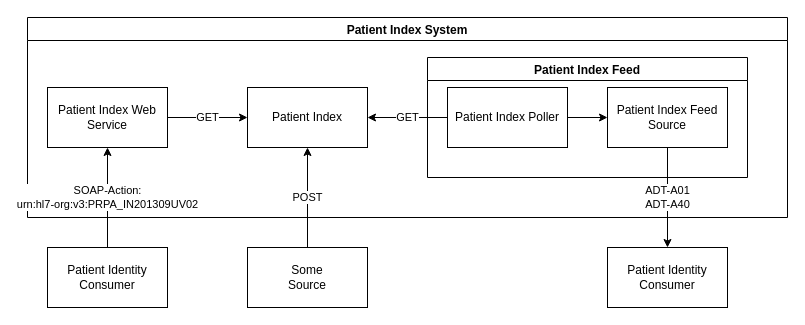
Before: architecture.drawio in tobchen/patient-index, a draw.io diagram. Source tidied: cells renumbered, new cells numbered last; positions are measured from the earlier drawing's top-left corner, leaving out a move shared by most shapes. Both pictures are drawn from the tidied source at 100%, with x=0, y=0 at pixel (27, 17).
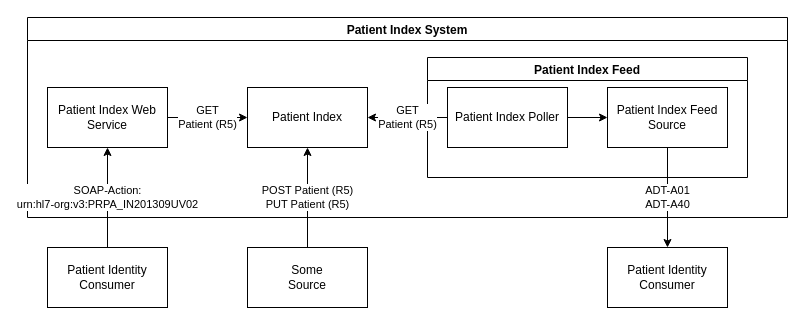
The same diagram, later.

Change to the diagram source:
```diff
@@
 <mxGraphModel>
   <root>
     <mxCell id="0" />
     <mxCell id="1" parent="0" />
     <mxCell id="2" value="Patient Index System" style="swimlane;" parent="1" vertex="1">
       <mxGeometry width="760" height="200" as="geometry" />
     </mxCell>
     <mxCell id="3" value="Patient Index" style="rounded=0;whiteSpace=wrap;html=1;" parent="2" vertex="1">
       <mxGeometry x="220" y="70" width="120" height="60" as="geometry" />
     </mxCell>
-    <mxCell id="4" value="GET" style="edgeStyle=orthogonalEdgeStyle;rounded=0;jettySize=auto;html=1;" parent="2" edge="1" source="5" target="3">
+    <mxCell id="4" value="GET&lt;br&gt;Patient (R5)" style="edgeStyle=orthogonalEdgeStyle;rounded=0;jettySize=auto;html=1;" parent="2" edge="1" source="5" target="3">
       <mxGeometry relative="1" as="geometry" />
     </mxCell>
     <mxCell id="5" value="Patient Index Web Service" style="rounded=0;whiteSpace=wrap;html=1;" parent="2" vertex="1">
       <mxGeometry x="20" y="70" width="120" height="60" as="geometry" />
     </mxCell>
     <mxCell id="6" value="Patient Index Feed" style="swimlane;" parent="2" vertex="1">
       <mxGeometry x="400" y="40" width="320" height="120" as="geometry" />
     </mxCell>
     <mxCell id="7" style="edgeStyle=orthogonalEdgeStyle;rounded=0;jettySize=auto;html=1;" parent="6" edge="1" source="8" target="9">
       <mxGeometry relative="1" as="geometry" />
     </mxCell>
     <mxCell id="8" value="Patient Index Poller" style="rounded=0;whiteSpace=wrap;html=1;" parent="6" vertex="1">
       <mxGeometry x="20" y="30" width="120" height="60" as="geometry" />
     </mxCell>
     <mxCell id="9" value="Patient Index Feed Source" style="rounded=0;whiteSpace=wrap;html=1;" parent="6" vertex="1">
       <mxGeometry x="180" y="30" width="120" height="60" as="geometry" />
     </mxCell>
-    <mxCell id="10" value="GET" style="edgeStyle=orthogonalEdgeStyle;rounded=0;jettySize=auto;html=1;" parent="2" edge="1" source="8" target="3">
+    <mxCell id="10" value="GET&lt;br&gt;Patient (R5)" style="edgeStyle=orthogonalEdgeStyle;rounded=0;jettySize=auto;html=1;" parent="2" edge="1" source="8" target="3">
       <mxGeometry relative="1" as="geometry" />
     </mxCell>
-    <mxCell id="11" value="POST" style="edgeStyle=orthogonalEdgeStyle;rounded=0;jettySize=auto;html=1;" parent="1" edge="1" source="12" target="3">
+    <mxCell id="11" value="POST Patient (R5)&lt;br&gt;PUT Patient (R5)" style="edgeStyle=orthogonalEdgeStyle;rounded=0;jettySize=auto;html=1;" parent="1" edge="1" source="12" target="3">
       <mxGeometry relative="1" as="geometry" />
     </mxCell>
     <mxCell id="12" value="Some&lt;br&gt;Source" style="rounded=0;whiteSpace=wrap;html=1;" parent="1" vertex="1">
       <mxGeometry x="220" y="230" width="120" height="60" as="geometry" />
     </mxCell>
     <mxCell id="13" value="SOAP-Action:&lt;br&gt;urn:hl7-org:v3:PRPA_IN201309UV02" style="edgeStyle=orthogonalEdgeStyle;rounded=0;jettySize=auto;html=1;" parent="1" edge="1" source="14" target="5">
       <mxGeometry relative="1" as="geometry" />
     </mxCell>
     <mxCell id="14" value="Patient Identity Consumer" style="rounded=0;whiteSpace=wrap;html=1;" parent="1" vertex="1">
       <mxGeometry x="20" y="230" width="120" height="60" as="geometry" />
     </mxCell>
     <mxCell id="15" value="Patient Identity Consumer" style="rounded=0;whiteSpace=wrap;html=1;" parent="1" vertex="1">
       <mxGeometry x="580" y="230" width="120" height="60" as="geometry" />
     </mxCell>
     <mxCell id="16" value="ADT-A01&lt;br&gt;ADT-A40" style="edgeStyle=orthogonalEdgeStyle;rounded=0;jettySize=auto;html=1;" parent="1" edge="1" source="9" target="15">
       <mxGeometry relative="1" as="geometry" />
     </mxCell>
   </root>
 </mxGraphModel>
```
